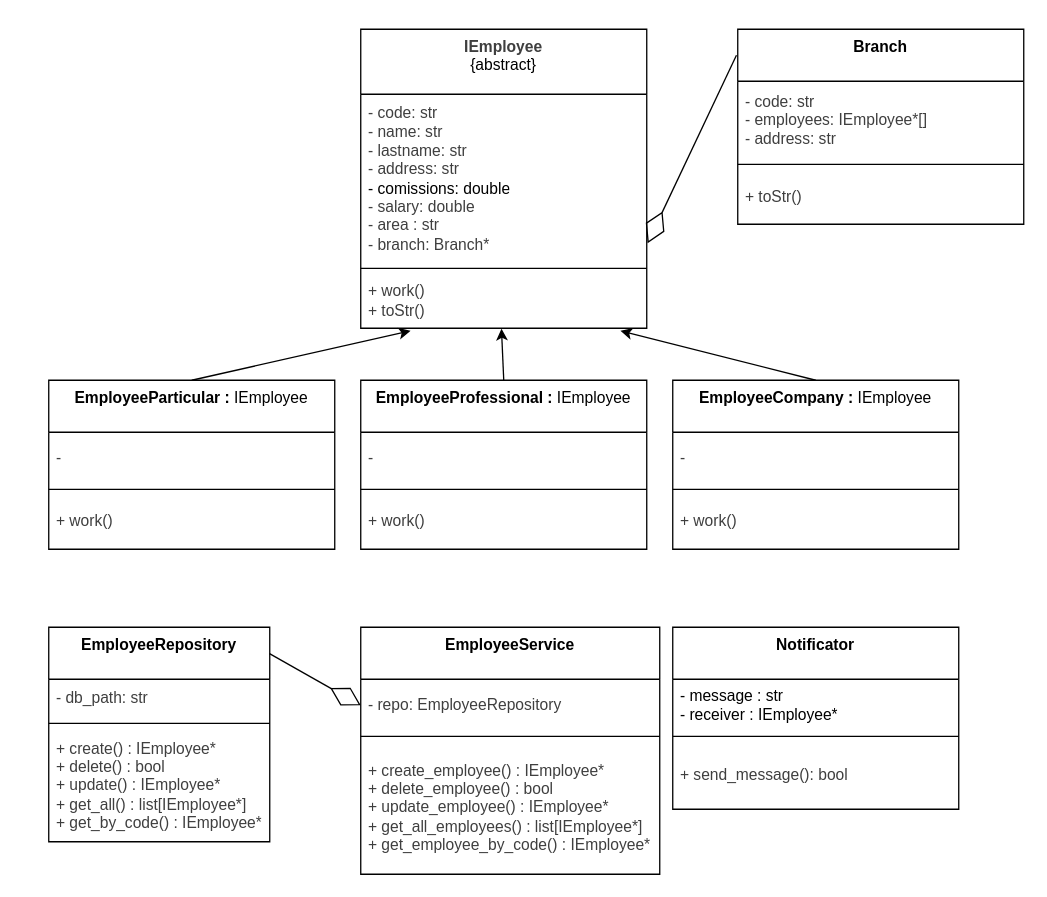
The draw.io diagram Final-AGO25/Simulacion_1/app/_resources/UML/app_v1_simplified.drawio in Br1-O/AyED1, before the edit. Source tidied: cells renumbered, new cells numbered last; positions are measured from the earlier drawing's top-left corner, leaving out a move shared by most shapes. Both pictures are drawn from the tidied source at 130%, with x=0, y=0 at pixel (48, 29).
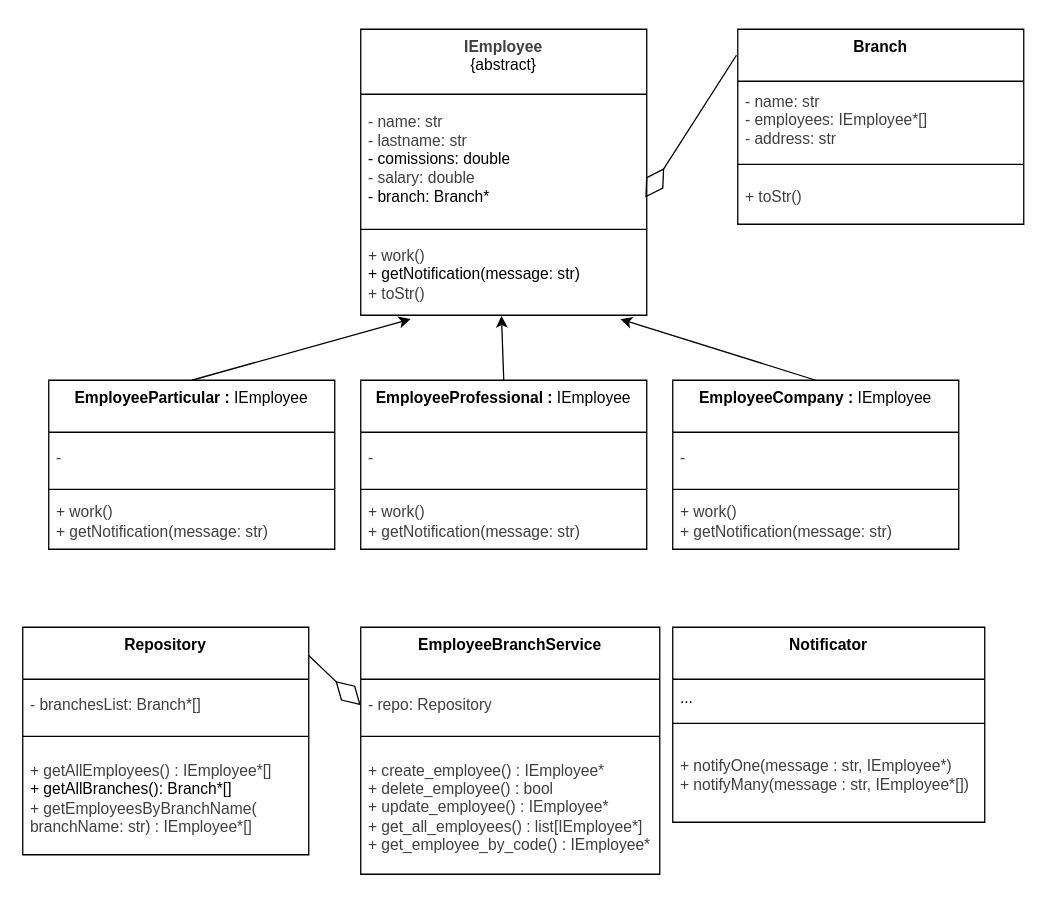
Above is the later version.

Unchanged cells that the change refers to:
```xml
<mxCell id="6" value="&lt;span style=&quot;color: rgb(0, 0, 0);&quot;&gt;&lt;b&gt;EmployeeParticular : &lt;/b&gt;IEmployee&lt;/span&gt;" style="swimlane;fontStyle=0;align=center;verticalAlign=top;horizontal=1;startSize=40;html=1;whiteSpace=wrap;" parent="1" vertex="1">
  <mxGeometry y="270" width="220" height="130" as="geometry" />
</mxCell>
<mxCell id="16" value="&lt;span style=&quot;color: rgb(0, 0, 0);&quot;&gt;&lt;b&gt;EmployeeProfessional : &lt;/b&gt;IEmployee&lt;/span&gt;" style="swimlane;fontStyle=0;align=center;verticalAlign=top;horizontal=1;startSize=40;html=1;whiteSpace=wrap;" parent="1" vertex="1">
  <mxGeometry x="240" y="270" width="220" height="130" as="geometry" />
</mxCell>
<mxCell id="20" value="&lt;span style=&quot;color: rgb(0, 0, 0);&quot;&gt;&lt;b&gt;EmployeeCompany : &lt;/b&gt;IEmployee&lt;/span&gt;" style="swimlane;fontStyle=0;align=center;verticalAlign=top;horizontal=1;startSize=40;html=1;whiteSpace=wrap;" parent="1" vertex="1">
  <mxGeometry x="480" y="270" width="220" height="130" as="geometry" />
</mxCell>
```

Change to the diagram source:
```diff
@@
-    <mxCell id="2" value="&lt;span style=&quot;color: rgb(0, 0, 0);&quot;&gt;&lt;b&gt;EmployeeRepository&lt;/b&gt;&lt;/span&gt;" style="swimlane;fontStyle=0;align=center;verticalAlign=top;horizontal=1;startSize=40;html=1;whiteSpace=wrap;" parent="1" vertex="1">
-      <mxGeometry y="460" width="170" height="165" as="geometry" />
+    <mxCell id="2" value="&lt;span style=&quot;color: rgb(0, 0, 0);&quot;&gt;&lt;b&gt;Repository&lt;/b&gt;&lt;/span&gt;" style="swimlane;fontStyle=0;align=center;verticalAlign=top;horizontal=1;startSize=40;html=1;whiteSpace=wrap;" parent="1" vertex="1">
+      <mxGeometry x="-20" y="460" width="220" height="175" as="geometry" />
     </mxCell>
-    <mxCell id="3" value="&lt;span style=&quot;color: rgb(63, 63, 63); text-align: center;&quot;&gt;- db_path: str&lt;/span&gt;" style="text;html=1;strokeColor=none;fillColor=none;align=left;verticalAlign=middle;spacingLeft=4;spacingRight=4;overflow=hidden;whiteSpace=wrap;" parent="2" vertex="1">
-      <mxGeometry y="40" width="170" height="30" as="geometry" />
+    <mxCell id="3" value="&lt;div&gt;&lt;span style=&quot;color: rgb(63, 63, 63); text-align: center;&quot;&gt;- branchesList: Branch*[]&lt;/span&gt;&lt;/div&gt;" style="text;html=1;strokeColor=none;fillColor=none;align=left;verticalAlign=middle;spacingLeft=4;spacingRight=4;overflow=hidden;whiteSpace=wrap;" parent="2" vertex="1">
+      <mxGeometry y="40" width="220" height="40" as="geometry" />
     </mxCell>
     <mxCell id="4" style="line;strokeWidth=1;fillColor=none;align=left;verticalAlign=middle;spacingTop=-1;spacingLeft=3;spacingRight=3;labelPosition=right;" parent="2" vertex="1">
-      <mxGeometry y="70" width="170" height="8" as="geometry" />
+      <mxGeometry y="80" width="220" height="8" as="geometry" />
     </mxCell>
-    <mxCell id="5" value="&lt;span style=&quot;color: rgb(63, 63, 63); text-align: center;&quot;&gt;+ create() : IEmployee*&lt;/span&gt;&lt;br style=&quot;color: rgb(63, 63, 63); text-align: center;&quot;&gt;&lt;span style=&quot;color: rgb(63, 63, 63); text-align: center;&quot;&gt;+ delete() : bool&lt;/span&gt;&lt;br style=&quot;color: rgb(63, 63, 63); text-align: center;&quot;&gt;&lt;span style=&quot;color: rgb(63, 63, 63); text-align: center;&quot;&gt;+ update() : IEmployee*&lt;/span&gt;&lt;br style=&quot;color: rgb(63, 63, 63); text-align: center;&quot;&gt;&lt;span style=&quot;color: rgb(63, 63, 63); text-align: center;&quot;&gt;+ get_all() : list[IEmployee*]&lt;/span&gt;&lt;br style=&quot;color: rgb(63, 63, 63); text-align: center;&quot;&gt;&lt;span style=&quot;color: rgb(63, 63, 63); text-align: center;&quot;&gt;+ get_by_code() : IEmployee*&lt;/span&gt;" style="text;html=1;strokeColor=none;fillColor=none;align=left;verticalAlign=middle;spacingLeft=4;spacingRight=4;overflow=hidden;whiteSpace=wrap;" parent="2" vertex="1">
-      <mxGeometry y="78" width="170" height="87" as="geometry" />
+    <mxCell id="5" value="&lt;span style=&quot;color: rgb(63, 63, 63); text-align: center;&quot;&gt;+ getAllEmployees() : IEmployee*[]&lt;/span&gt;&lt;div&gt;&lt;span style=&quot;background-color: transparent;&quot;&gt;+ getAllBranches(): Branch*[]&lt;/span&gt;&lt;div&gt;&lt;span style=&quot;color: rgb(63, 63, 63); text-align: center;&quot;&gt;+ getEmployeesByBranchName(&lt;/span&gt;&lt;/div&gt;&lt;div&gt;&lt;span style=&quot;color: rgb(63, 63, 63); text-align: center;&quot;&gt;branchName: str) : IEmployee*[]&lt;/span&gt;&lt;/div&gt;&lt;/div&gt;" style="text;html=1;strokeColor=none;fillColor=none;align=left;verticalAlign=middle;spacingLeft=4;spacingRight=4;overflow=hidden;whiteSpace=wrap;" parent="2" vertex="1">
+      <mxGeometry y="88" width="220" height="87" as="geometry" />
     </mxCell>
@@
-    <mxCell id="9" value="&lt;span style=&quot;color: rgb(63, 63, 63); text-align: center;&quot;&gt;+ work()&lt;/span&gt;" style="text;html=1;strokeColor=none;fillColor=none;align=left;verticalAlign=middle;spacingLeft=4;spacingRight=4;overflow=hidden;whiteSpace=wrap;" parent="6" vertex="1">
+    <mxCell id="9" value="&lt;span style=&quot;color: rgb(63, 63, 63); text-align: center;&quot;&gt;+ work()&lt;/span&gt;&lt;div&gt;&lt;span style=&quot;color: rgb(63, 63, 63); text-align: center;&quot;&gt;&lt;span style=&quot;color: rgb(63, 63, 63); text-align: left;&quot;&gt;+ getNotification(message: str)&lt;/span&gt;&lt;br style=&quot;color: rgb(63, 63, 63);&quot;&gt;&lt;/span&gt;&lt;/div&gt;" style="text;html=1;strokeColor=none;fillColor=none;align=left;verticalAlign=middle;spacingLeft=4;spacingRight=4;overflow=hidden;whiteSpace=wrap;" parent="6" vertex="1">
       <mxGeometry y="88" width="220" height="42" as="geometry" />
     </mxCell>
@@
     <mxCell id="11" value="&lt;span style=&quot;color: rgb(63, 63, 63);&quot;&gt;&lt;b&gt;IEmployee&lt;/b&gt;&lt;/span&gt;&lt;div&gt;&lt;span style=&quot;color: rgb(0, 0, 0);&quot;&gt;{abstract}&lt;/span&gt;&lt;/div&gt;" style="swimlane;fontStyle=0;align=center;verticalAlign=top;horizontal=1;startSize=50;html=1;whiteSpace=wrap;" parent="1" vertex="1">
-      <mxGeometry x="240" width="220" height="230" as="geometry" />
+      <mxGeometry x="240" width="220" height="220" as="geometry" />
     </mxCell>
-    <mxCell id="12" value="&lt;span style=&quot;color: rgb(63, 63, 63); text-align: center;&quot;&gt;- code: str&lt;/span&gt;&lt;br style=&quot;color: rgb(63, 63, 63); text-align: center;&quot;&gt;&lt;span style=&quot;color: rgb(63, 63, 63); text-align: center;&quot;&gt;- name: str&lt;/span&gt;&lt;br style=&quot;color: rgb(63, 63, 63); text-align: center;&quot;&gt;&lt;span style=&quot;color: rgb(63, 63, 63); text-align: center;&quot;&gt;- lastname: str&lt;/span&gt;&lt;br style=&quot;color: rgb(63, 63, 63); text-align: center;&quot;&gt;&lt;span style=&quot;color: rgb(63, 63, 63); text-align: center;&quot;&gt;- address: str&lt;/span&gt;&lt;div&gt;&lt;div style=&quot;text-align: center;&quot;&gt;- comissions: double&lt;/div&gt;&lt;div&gt;&lt;div&gt;&lt;span style=&quot;color: rgb(63, 63, 63); text-align: center;&quot;&gt;- salary: double&lt;/span&gt;&lt;/div&gt;&lt;/div&gt;&lt;/div&gt;&lt;div&gt;&lt;span style=&quot;color: rgb(63, 63, 63); text-align: center;&quot;&gt;- area : str&lt;/span&gt;&lt;/div&gt;&lt;div&gt;&lt;span style=&quot;color: rgb(63, 63, 63); text-align: center;&quot;&gt;- branch: Branch*&lt;/span&gt;&lt;/div&gt;" style="text;html=1;strokeColor=none;fillColor=none;align=left;verticalAlign=middle;spacingLeft=4;spacingRight=4;overflow=hidden;points=[[0,0.5],[1,0.5]];portConstraint=eastwest;whiteSpace=wrap;" parent="11" vertex="1">
-      <mxGeometry y="50" width="220" height="130" as="geometry" />
+    <mxCell id="12" value="&lt;span style=&quot;color: rgb(63, 63, 63); text-align: center;&quot;&gt;- name: str&lt;/span&gt;&lt;br style=&quot;color: rgb(63, 63, 63); text-align: center;&quot;&gt;&lt;span style=&quot;color: rgb(63, 63, 63); text-align: center;&quot;&gt;- lastname: str&lt;/span&gt;&lt;br style=&quot;color: rgb(63, 63, 63); text-align: center;&quot;&gt;&lt;div&gt;&lt;div style=&quot;text-align: center;&quot;&gt;- comissions: double&lt;/div&gt;&lt;div&gt;&lt;div&gt;&lt;span style=&quot;color: rgb(63, 63, 63); text-align: center;&quot;&gt;- salary: double&lt;/span&gt;&lt;/div&gt;&lt;/div&gt;&lt;/div&gt;&lt;div&gt;&lt;span style=&quot;text-align: center; background-color: transparent;&quot;&gt;- branch: Branch*&lt;/span&gt;&lt;/div&gt;" style="text;html=1;strokeColor=none;fillColor=none;align=left;verticalAlign=middle;spacingLeft=4;spacingRight=4;overflow=hidden;points=[[0,0.5],[1,0.5]];portConstraint=eastwest;whiteSpace=wrap;" parent="11" vertex="1">
+      <mxGeometry y="50" width="220" height="100" as="geometry" />
     </mxCell>
     <mxCell id="13" style="line;strokeWidth=1;fillColor=none;align=left;verticalAlign=middle;spacingTop=-1;spacingLeft=3;spacingRight=3;labelPosition=right;" parent="11" vertex="1">
-      <mxGeometry y="180" width="220" height="8" as="geometry" />
+      <mxGeometry y="150" width="220" height="8" as="geometry" />
     </mxCell>
-    <mxCell id="14" value="&lt;span style=&quot;color: rgb(63, 63, 63); text-align: center;&quot;&gt;+ work()&lt;/span&gt;&lt;br style=&quot;color: rgb(63, 63, 63); text-align: center;&quot;&gt;&lt;span style=&quot;color: rgb(63, 63, 63); text-align: center;&quot;&gt;+ toStr()&lt;/span&gt;" style="text;html=1;strokeColor=none;fillColor=none;align=left;verticalAlign=middle;spacingLeft=4;spacingRight=4;overflow=hidden;points=[[0,0.5],[1,0.5]];portConstraint=eastwest;whiteSpace=wrap;" parent="11" vertex="1">
-      <mxGeometry y="188" width="220" height="42" as="geometry" />
+    <mxCell id="14" value="&lt;span style=&quot;color: rgb(63, 63, 63); text-align: center;&quot;&gt;+ work()&lt;/span&gt;&lt;div&gt;+ getNotification(message: str)&lt;br style=&quot;color: rgb(63, 63, 63); text-align: center;&quot;&gt;&lt;span style=&quot;color: rgb(63, 63, 63); text-align: center;&quot;&gt;+ toStr()&lt;/span&gt;&lt;/div&gt;" style="text;html=1;strokeColor=none;fillColor=none;align=left;verticalAlign=middle;spacingLeft=4;spacingRight=4;overflow=hidden;points=[[0,0.5],[1,0.5]];portConstraint=eastwest;whiteSpace=wrap;" parent="11" vertex="1">
+      <mxGeometry y="158" width="220" height="62" as="geometry" />
     </mxCell>
@@
-    <mxCell id="19" value="&lt;span style=&quot;color: rgb(63, 63, 63); text-align: center;&quot;&gt;+ work()&lt;/span&gt;" style="text;html=1;strokeColor=none;fillColor=none;align=left;verticalAlign=middle;spacingLeft=4;spacingRight=4;overflow=hidden;whiteSpace=wrap;" parent="16" vertex="1">
+    <mxCell id="19" value="&lt;span style=&quot;color: rgb(63, 63, 63); text-align: center;&quot;&gt;+ work()&lt;/span&gt;&lt;div&gt;&lt;span style=&quot;color: rgb(63, 63, 63); text-align: center;&quot;&gt;&lt;span style=&quot;color: rgb(63, 63, 63); text-align: left;&quot;&gt;+ getNotification(message: str)&lt;/span&gt;&lt;br style=&quot;color: rgb(63, 63, 63);&quot;&gt;&lt;/span&gt;&lt;/div&gt;" style="text;html=1;strokeColor=none;fillColor=none;align=left;verticalAlign=middle;spacingLeft=4;spacingRight=4;overflow=hidden;whiteSpace=wrap;" parent="16" vertex="1">
       <mxGeometry y="88" width="220" height="42" as="geometry" />
     </mxCell>
@@
-    <mxCell id="23" value="&lt;span style=&quot;color: rgb(63, 63, 63); text-align: center;&quot;&gt;+ work()&lt;/span&gt;" style="text;html=1;strokeColor=none;fillColor=none;align=left;verticalAlign=middle;spacingLeft=4;spacingRight=4;overflow=hidden;whiteSpace=wrap;" parent="20" vertex="1">
+    <mxCell id="23" value="&lt;span style=&quot;color: rgb(63, 63, 63); text-align: center;&quot;&gt;+ work()&lt;/span&gt;&lt;div&gt;&lt;span style=&quot;color: rgb(63, 63, 63); text-align: center;&quot;&gt;&lt;span style=&quot;color: rgb(63, 63, 63); text-align: left;&quot;&gt;+ getNotification(message: str)&lt;/span&gt;&lt;br style=&quot;color: rgb(63, 63, 63);&quot;&gt;&lt;/span&gt;&lt;/div&gt;" style="text;html=1;strokeColor=none;fillColor=none;align=left;verticalAlign=middle;spacingLeft=4;spacingRight=4;overflow=hidden;whiteSpace=wrap;" parent="20" vertex="1">
       <mxGeometry y="88" width="220" height="42" as="geometry" />
     </mxCell>
@@
+    <mxCell id="30" value="&lt;span style=&quot;color: rgb(0, 0, 0);&quot;&gt;&lt;b&gt;Branch&lt;/b&gt;&lt;/span&gt;" style="swimlane;fontStyle=0;align=center;verticalAlign=top;horizontal=1;startSize=40;html=1;whiteSpace=wrap;" parent="1" vertex="1">
+      <mxGeometry x="530" width="220" height="150" as="geometry" />
+    </mxCell>
+    <mxCell id="31" value="&lt;span style=&quot;color: rgb(63, 63, 63); text-align: center;&quot;&gt;- name: str&lt;/span&gt;&lt;div&gt;&lt;span style=&quot;color: rgb(63, 63, 63); text-align: center;&quot;&gt;- employees: IEmployee*[]&lt;/span&gt;&lt;/div&gt;&lt;div&gt;&lt;span style=&quot;color: rgb(63, 63, 63); text-align: center;&quot;&gt;- address: str&lt;/span&gt;&lt;/div&gt;" style="text;html=1;strokeColor=none;fillColor=none;align=left;verticalAlign=middle;spacingLeft=4;spacingRight=4;overflow=hidden;whiteSpace=wrap;" parent="30" vertex="1">
+      <mxGeometry y="40" width="220" height="60" as="geometry" />
+    </mxCell>
+    <mxCell id="32" style="line;strokeWidth=1;fillColor=none;align=left;verticalAlign=middle;spacingTop=-1;spacingLeft=3;spacingRight=3;labelPosition=right;" parent="30" vertex="1">
+      <mxGeometry y="100" width="220" height="8" as="geometry" />
+    </mxCell>
+    <mxCell id="33" value="&lt;span style=&quot;color: rgb(63, 63, 63); text-align: center;&quot;&gt;+ toStr()&lt;/span&gt;" style="text;html=1;strokeColor=none;fillColor=none;align=left;verticalAlign=middle;spacingLeft=4;spacingRight=4;overflow=hidden;whiteSpace=wrap;" parent="30" vertex="1">
+      <mxGeometry y="108" width="220" height="42" as="geometry" />
+    </mxCell>
-    <mxCell id="26" value="&lt;span style=&quot;color: rgb(0, 0, 0);&quot;&gt;&lt;b&gt;EmployeeService&lt;/b&gt;&lt;/span&gt;" style="swimlane;fontStyle=0;align=center;verticalAlign=top;horizontal=1;startSize=40;html=1;whiteSpace=wrap;" parent="1" vertex="1">
+    <mxCell id="26" value="&lt;span style=&quot;color: rgb(0, 0, 0);&quot;&gt;&lt;b&gt;EmployeeBranchService&lt;/b&gt;&lt;/span&gt;" style="swimlane;fontStyle=0;align=center;verticalAlign=top;horizontal=1;startSize=40;html=1;whiteSpace=wrap;" parent="1" vertex="1">
       <mxGeometry x="240" y="460" width="230" height="190" as="geometry" />
     </mxCell>
-    <mxCell id="27" value="&lt;span style=&quot;color: rgb(63, 63, 63); text-align: center;&quot;&gt;- repo: EmployeeRepository&lt;/span&gt;" style="text;html=1;strokeColor=none;fillColor=none;align=left;verticalAlign=middle;spacingLeft=4;spacingRight=4;overflow=hidden;points=[[0,0.5],[1,0.5]];portConstraint=eastwest;whiteSpace=wrap;" parent="26" vertex="1">
+    <mxCell id="27" value="&lt;span style=&quot;color: rgb(63, 63, 63); text-align: center;&quot;&gt;- repo: Repository&lt;/span&gt;" style="text;html=1;strokeColor=none;fillColor=none;align=left;verticalAlign=middle;spacingLeft=4;spacingRight=4;overflow=hidden;points=[[0,0.5],[1,0.5]];portConstraint=eastwest;whiteSpace=wrap;" parent="26" vertex="1">
       <mxGeometry y="40" width="230" height="40" as="geometry" />
     </mxCell>
@@
-    <mxCell id="30" value="&lt;span style=&quot;color: rgb(0, 0, 0);&quot;&gt;&lt;b&gt;Branch&lt;/b&gt;&lt;/span&gt;" style="swimlane;fontStyle=0;align=center;verticalAlign=top;horizontal=1;startSize=40;html=1;whiteSpace=wrap;" parent="1" vertex="1">
-      <mxGeometry x="530" width="220" height="150" as="geometry" />
-    </mxCell>
-    <mxCell id="31" value="&lt;span style=&quot;color: rgb(63, 63, 63); text-align: center;&quot;&gt;- code: str&lt;/span&gt;&lt;div&gt;&lt;span style=&quot;color: rgb(63, 63, 63); text-align: center;&quot;&gt;- employees: IEmployee*[]&lt;/span&gt;&lt;/div&gt;&lt;div&gt;&lt;span style=&quot;color: rgb(63, 63, 63); text-align: center;&quot;&gt;- address: str&lt;/span&gt;&lt;/div&gt;" style="text;html=1;strokeColor=none;fillColor=none;align=left;verticalAlign=middle;spacingLeft=4;spacingRight=4;overflow=hidden;whiteSpace=wrap;" parent="30" vertex="1">
-      <mxGeometry y="40" width="220" height="60" as="geometry" />
-    </mxCell>
-    <mxCell id="32" style="line;strokeWidth=1;fillColor=none;align=left;verticalAlign=middle;spacingTop=-1;spacingLeft=3;spacingRight=3;labelPosition=right;" parent="30" vertex="1">
-      <mxGeometry y="100" width="220" height="8" as="geometry" />
-    </mxCell>
-    <mxCell id="33" value="&lt;span style=&quot;color: rgb(63, 63, 63); text-align: center;&quot;&gt;+ toStr()&lt;/span&gt;" style="text;html=1;strokeColor=none;fillColor=none;align=left;verticalAlign=middle;spacingLeft=4;spacingRight=4;overflow=hidden;whiteSpace=wrap;" parent="30" vertex="1">
-      <mxGeometry y="108" width="220" height="42" as="geometry" />
-    </mxCell>
-    <mxCell id="34" style="endArrow=diamondThin;endFill=0;endSize=24;html=1;entryX=1.003;entryY=0.881;entryDx=0;entryDy=0;entryPerimeter=0;" parent="1" edge="1" target="12">
+    <mxCell id="34" style="endArrow=diamondThin;endFill=0;endSize=24;html=1;entryX=0.995;entryY=0.795;entryDx=0;entryDy=0;entryPerimeter=0;" parent="1" edge="1" target="12">
       <mxGeometry relative="1" as="geometry">
         <mxPoint x="529" y="20" as="sourcePoint" />
       </mxGeometry>
     </mxCell>
     <mxCell id="35" value="&lt;span style=&quot;color: rgb(0, 0, 0);&quot;&gt;&lt;b&gt;Notificator&lt;/b&gt;&lt;/span&gt;" style="swimlane;fontStyle=0;align=center;verticalAlign=top;horizontal=1;startSize=40;html=1;whiteSpace=wrap;" parent="1" vertex="1">
-      <mxGeometry x="480" y="460" width="220" height="140" as="geometry" />
+      <mxGeometry x="480" y="460" width="240" height="150" as="geometry" />
     </mxCell>
-    <mxCell id="36" value="&lt;span style=&quot;color: rgb(0, 0, 0);&quot;&gt;- message : str&lt;/span&gt;&lt;div&gt;- receiver : IEmployee*&lt;/div&gt;" style="text;html=1;strokeColor=none;fillColor=none;align=left;verticalAlign=middle;spacingLeft=4;spacingRight=4;overflow=hidden;whiteSpace=wrap;" parent="35" vertex="1">
-      <mxGeometry y="40" width="220" height="40" as="geometry" />
+    <mxCell id="36" value="..." style="text;html=1;strokeColor=none;fillColor=none;align=left;verticalAlign=middle;spacingLeft=4;spacingRight=4;overflow=hidden;whiteSpace=wrap;" parent="35" vertex="1">
+      <mxGeometry y="40" width="240" height="30" as="geometry" />
     </mxCell>
     <mxCell id="37" style="line;strokeWidth=1;fillColor=none;align=left;verticalAlign=middle;spacingTop=-1;spacingLeft=3;spacingRight=3;labelPosition=right;" parent="35" vertex="1">
-      <mxGeometry y="80" width="220" height="8" as="geometry" />
+      <mxGeometry y="70" width="240" height="8" as="geometry" />
     </mxCell>
-    <mxCell id="38" value="&lt;span style=&quot;color: rgb(63, 63, 63); text-align: center;&quot;&gt;+ send_message(): bool&lt;/span&gt;" style="text;html=1;strokeColor=none;fillColor=none;align=left;verticalAlign=middle;spacingLeft=4;spacingRight=4;overflow=hidden;whiteSpace=wrap;" parent="35" vertex="1">
-      <mxGeometry y="88" width="220" height="52" as="geometry" />
+    <mxCell id="38" value="&lt;span style=&quot;color: rgb(63, 63, 63); text-align: center;&quot;&gt;+ notifyOne(message : str, IEmployee*)&lt;/span&gt;&lt;div&gt;&lt;span style=&quot;color: rgb(63, 63, 63); text-align: center;&quot;&gt;&lt;span style=&quot;color: rgb(63, 63, 63);&quot;&gt;+ notifyMany(message : str, IEmployee*[])&lt;/span&gt;&lt;/span&gt;&lt;/div&gt;" style="text;html=1;strokeColor=none;fillColor=none;align=left;verticalAlign=middle;spacingLeft=4;spacingRight=4;overflow=hidden;whiteSpace=wrap;" parent="35" vertex="1">
+      <mxGeometry y="78" width="240" height="72" as="geometry" />
     </mxCell>
```
